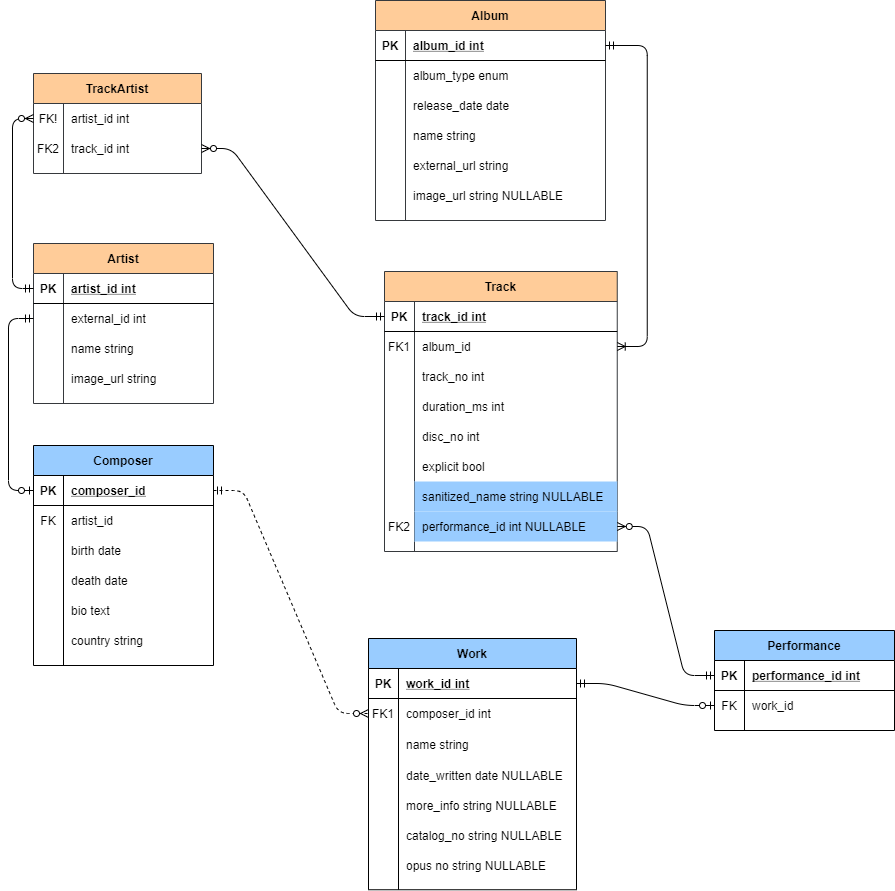
Above: docs/spotify_opus_erd.png in james-menzies/spotify_opus (draw.io), before the change. Source tidied: cells renumbered, new cells last; positions are measured from the earlier drawing's top-left corner, leaving out a move shared by most shapes.
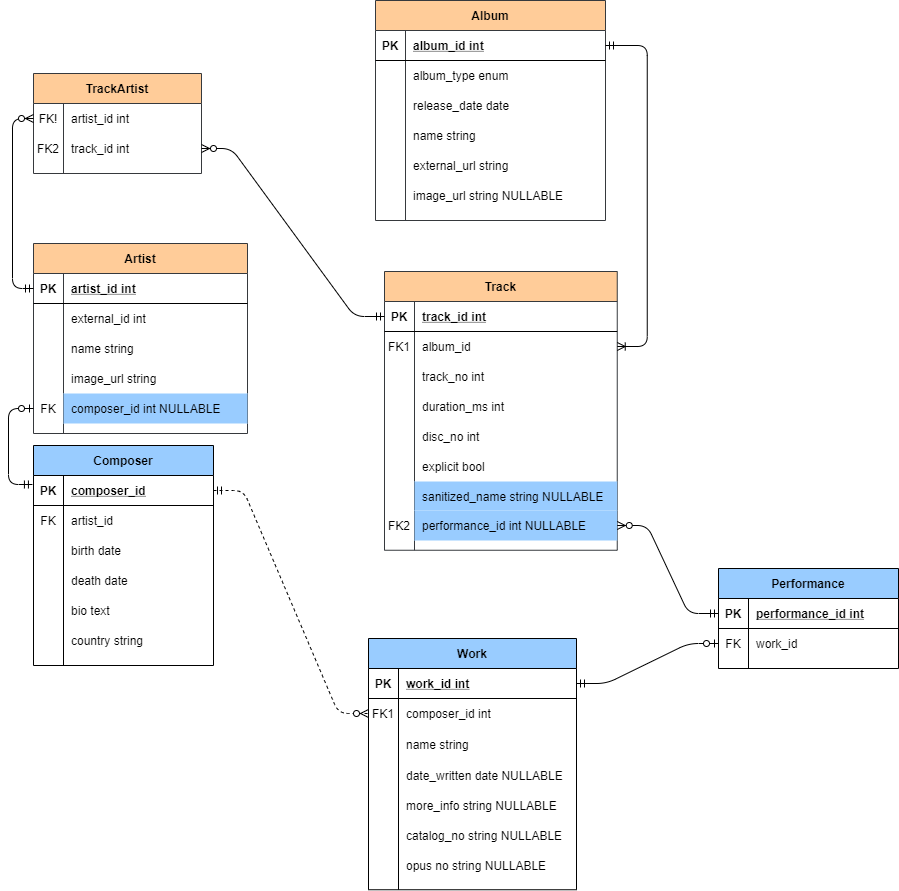
The same diagram one commit later.

Commit message:
spotify erd updated

Diff of the diagram source:
```diff
@@ -3,7 +3,7 @@
     <mxCell id="0" />
     <mxCell id="1" parent="0" />
     <mxCell id="2" value="Track" style="shape=table;startSize=30;rowLines=0;fontStyle=1;align=center;labelBackgroundColor=#ffcc99;fillColor=#ffcc99;strokeColor=#36393d;" parent="1" vertex="1">
-      <mxGeometry x="376" y="271" width="232.8" height="280" as="geometry" />
+      <mxGeometry x="376" y="271" width="232.8" height="278.8" as="geometry" />
     </mxCell>
     <mxCell id="3" style="shape=partialRectangle;fillColor=none;top=0;left=0;bottom=1;right=0;points=[[0,0.5],[1,0.5]];portConstraint=eastwest;labelBackgroundColor=none;" parent="2" vertex="1">
       <mxGeometry y="30" width="232.8" height="30" as="geometry" />
@@ -60,16 +60,16 @@
       <mxGeometry x="30" width="202.8" height="30" as="geometry" />
     </mxCell>
     <mxCell id="21" style="shape=partialRectangle;top=0;left=0;bottom=0;right=0;labelBackgroundColor=none;fillColor=none;" parent="2" vertex="1">
-      <mxGeometry y="210" width="232.8" height="30" as="geometry" />
+      <mxGeometry y="210" width="232.8" height="29" as="geometry" />
     </mxCell>
     <mxCell id="22" style="shape=partialRectangle;fillColor=none;top=0;left=0;bottom=0;right=0;overflow=hidden;labelBackgroundColor=none;" parent="21" vertex="1">
-      <mxGeometry width="30" height="30" as="geometry" />
+      <mxGeometry width="30" height="29" as="geometry" />
     </mxCell>
     <mxCell id="23" value="sanitized_name string NULLABLE" style="shape=partialRectangle;top=0;left=0;bottom=0;right=0;align=left;spacingLeft=6;overflow=hidden;labelBackgroundColor=none;fillColor=#99CCFF;" parent="21" vertex="1">
-      <mxGeometry x="30" width="202.8" height="30" as="geometry" />
+      <mxGeometry x="30" width="202.8" height="29" as="geometry" />
     </mxCell>
     <mxCell id="24" style="shape=partialRectangle;top=0;left=0;bottom=0;right=0;points=[[0,0.5],[1,0.5]];portConstraint=eastwest;labelBackgroundColor=none;fillColor=none;" parent="2" vertex="1">
-      <mxGeometry y="240" width="232.8" height="30" as="geometry" />
+      <mxGeometry y="239" width="232.8" height="30" as="geometry" />
     </mxCell>
     <mxCell id="25" value="FK2" style="shape=partialRectangle;fillColor=none;top=0;left=0;bottom=0;right=0;overflow=hidden;labelBackgroundColor=none;" parent="24" vertex="1">
       <mxGeometry width="30" height="30" as="geometry" />
@@ -135,44 +135,53 @@
       <mxGeometry x="30" width="200" height="30" as="geometry" />
     </mxCell>
     <mxCell id="46" value="Artist" style="shape=table;startSize=30;rowLines=0;fontStyle=1;align=center;labelBackgroundColor=none;fillColor=#ffcc99;strokeColor=#36393d;" parent="1" vertex="1">
-      <mxGeometry x="25" y="243" width="180" height="160" as="geometry" />
+      <mxGeometry x="25" y="243" width="214" height="190" as="geometry" />
     </mxCell>
     <mxCell id="47" style="shape=partialRectangle;fillColor=none;top=0;left=0;bottom=1;right=0;points=[[0,0.5],[1,0.5]];portConstraint=eastwest;labelBackgroundColor=none;" parent="46" vertex="1">
-      <mxGeometry y="30" width="180" height="30" as="geometry" />
+      <mxGeometry y="30" width="214" height="30" as="geometry" />
     </mxCell>
     <mxCell id="48" value="PK" style="shape=partialRectangle;fillColor=none;top=0;left=0;bottom=0;right=0;fontStyle=1;overflow=hidden;labelBackgroundColor=none;" parent="47" vertex="1">
       <mxGeometry width="30" height="30" as="geometry" />
     </mxCell>
     <mxCell id="49" value="artist_id int" style="shape=partialRectangle;fillColor=none;top=0;left=0;bottom=0;right=0;align=left;spacingLeft=6;fontStyle=5;overflow=hidden;labelBackgroundColor=none;" parent="47" vertex="1">
-      <mxGeometry x="30" width="150" height="30" as="geometry" />
+      <mxGeometry x="30" width="184" height="30" as="geometry" />
     </mxCell>
     <mxCell id="50" style="shape=partialRectangle;fillColor=none;top=0;left=0;bottom=0;right=0;points=[[0,0.5],[1,0.5]];portConstraint=eastwest;labelBackgroundColor=none;" parent="46" vertex="1">
-      <mxGeometry y="60" width="180" height="30" as="geometry" />
+      <mxGeometry y="60" width="214" height="30" as="geometry" />
     </mxCell>
     <mxCell id="51" style="shape=partialRectangle;fillColor=none;top=0;left=0;bottom=0;right=0;overflow=hidden;labelBackgroundColor=none;" parent="50" vertex="1">
       <mxGeometry width="30" height="30" as="geometry" />
     </mxCell>
     <mxCell id="52" value="external_id int" style="shape=partialRectangle;fillColor=none;top=0;left=0;bottom=0;right=0;align=left;spacingLeft=6;overflow=hidden;labelBackgroundColor=none;" parent="50" vertex="1">
-      <mxGeometry x="30" width="150" height="30" as="geometry" />
+      <mxGeometry x="30" width="184" height="30" as="geometry" />
     </mxCell>
     <mxCell id="53" style="shape=partialRectangle;fillColor=none;top=0;left=0;bottom=0;right=0;labelBackgroundColor=none;" parent="46" vertex="1">
-      <mxGeometry y="90" width="180" height="30" as="geometry" />
+      <mxGeometry y="90" width="214" height="30" as="geometry" />
     </mxCell>
     <mxCell id="54" style="shape=partialRectangle;fillColor=none;top=0;left=0;bottom=0;right=0;overflow=hidden;labelBackgroundColor=none;" parent="53" vertex="1">
       <mxGeometry width="30" height="30" as="geometry" />
     </mxCell>
     <mxCell id="55" value="name string" style="shape=partialRectangle;fillColor=none;top=0;left=0;bottom=0;right=0;align=left;spacingLeft=6;overflow=hidden;labelBackgroundColor=none;" parent="53" vertex="1">
-      <mxGeometry x="30" width="150" height="30" as="geometry" />
+      <mxGeometry x="30" width="184" height="30" as="geometry" />
     </mxCell>
     <mxCell id="56" style="shape=partialRectangle;fillColor=none;top=0;left=0;bottom=0;right=0;labelBackgroundColor=none;" parent="46" vertex="1">
-      <mxGeometry y="120" width="180" height="30" as="geometry" />
+      <mxGeometry y="120" width="214" height="30" as="geometry" />
     </mxCell>
     <mxCell id="57" style="shape=partialRectangle;fillColor=none;top=0;left=0;bottom=0;right=0;overflow=hidden;labelBackgroundColor=none;" parent="56" vertex="1">
       <mxGeometry width="30" height="30" as="geometry" />
     </mxCell>
     <mxCell id="58" value="image_url string" style="shape=partialRectangle;fillColor=none;top=0;left=0;bottom=0;right=0;align=left;spacingLeft=6;overflow=hidden;labelBackgroundColor=none;" parent="56" vertex="1">
-      <mxGeometry x="30" width="150" height="30" as="geometry" />
+      <mxGeometry x="30" width="184" height="30" as="geometry" />
     </mxCell>
+    <mxCell id="121" style="shape=partialRectangle;fillColor=none;top=0;left=0;bottom=0;right=0;points=[[0,0.5],[1,0.5]];portConstraint=eastwest;labelBackgroundColor=none;" parent="46" vertex="1">
+      <mxGeometry y="150" width="214" height="30" as="geometry" />
+    </mxCell>
+    <mxCell id="122" value="FK" style="shape=partialRectangle;fillColor=none;top=0;left=0;bottom=0;right=0;overflow=hidden;labelBackgroundColor=none;" parent="121" vertex="1">
+      <mxGeometry width="30" height="30" as="geometry" />
+    </mxCell>
+    <mxCell id="123" value="composer_id int NULLABLE" style="shape=partialRectangle;top=0;left=0;bottom=0;right=0;align=left;spacingLeft=6;overflow=hidden;labelBackgroundColor=none;fillColor=#99CCFF;" parent="121" vertex="1">
+      <mxGeometry x="30" width="184" height="30" as="geometry" />
+    </mxCell>
     <mxCell id="59" value="TrackArtist" style="shape=table;startSize=30;rowLines=0;fontStyle=1;align=center;labelBackgroundColor=none;fillColor=#ffcc99;strokeColor=#36393d;" parent="1" vertex="1">
       <mxGeometry x="25" y="73" width="168" height="100" as="geometry" />
     </mxCell>
@@ -330,9 +339,10 @@
     <mxCell id="109" style="edgeStyle=entityRelationEdgeStyle;fontSize=12;html=1;endArrow=ERzeroToMany;startArrow=ERmandOne;exitX=0;exitY=0.5;exitDx=0;exitDy=0;entryX=1;entryY=0.5;entryDx=0;entryDy=0;" parent="1" edge="1" source="3" target="63">
       <mxGeometry relative="1" as="geometry" />
     </mxCell>
-    <mxCell id="110" style="edgeStyle=elbowEdgeStyle;fontSize=12;html=1;endArrow=ERzeroToOne;startArrow=ERmandOne;exitX=0;exitY=0.5;exitDx=0;exitDy=0;entryX=0;entryY=0.5;entryDx=0;entryDy=0;" parent="1" edge="1" source="50" target="90">
+    <mxCell id="110" style="edgeStyle=elbowEdgeStyle;fontSize=12;html=1;endArrow=ERzeroToOne;startArrow=ERmandOne;exitX=-0.006;exitY=0.3;exitDx=0;exitDy=0;exitPerimeter=0;entryX=0;entryY=0.5;entryDx=0;entryDy=0;" parent="1" edge="1" source="90" target="121">
       <mxGeometry relative="1" as="geometry">
         <Array as="points">
+          <mxPoint y="446" />
           <mxPoint y="404" />
         </Array>
       </mxGeometry>
@@ -341,7 +351,7 @@
       <mxGeometry relative="1" as="geometry" />
     </mxCell>
     <mxCell id="112" value="Performance" style="shape=table;startSize=30;rowLines=0;fontStyle=1;align=center;fillColor=#99CCFF;" parent="1" vertex="1">
-      <mxGeometry x="706" y="630" width="180" height="100" as="geometry" />
+      <mxGeometry x="710" y="568" width="180" height="100" as="geometry" />
     </mxCell>
     <mxCell id="113" style="shape=partialRectangle;fillColor=none;top=0;left=0;bottom=1;right=0;points=[[0,0.5],[1,0.5]];portConstraint=eastwest;" parent="112" vertex="1">
       <mxGeometry y="30" width="180" height="30" as="geometry" />
```
